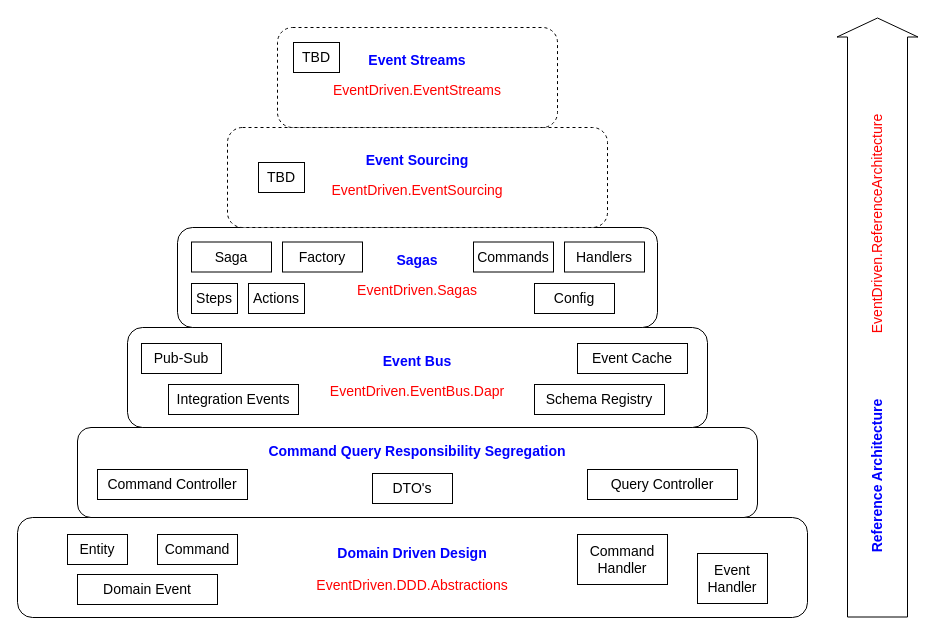
Earlier version of the draw.io diagram images/event-driven-layers.drawio (event-driven-dotnet/Home). Source tidied: cells renumbered, new cells numbered last; positions are measured from the earlier drawing's top-left corner, leaving out a move shared by most shapes. Both pictures are drawn from the tidied source at 100%, with x=0, y=0 at pixel (17, 17).
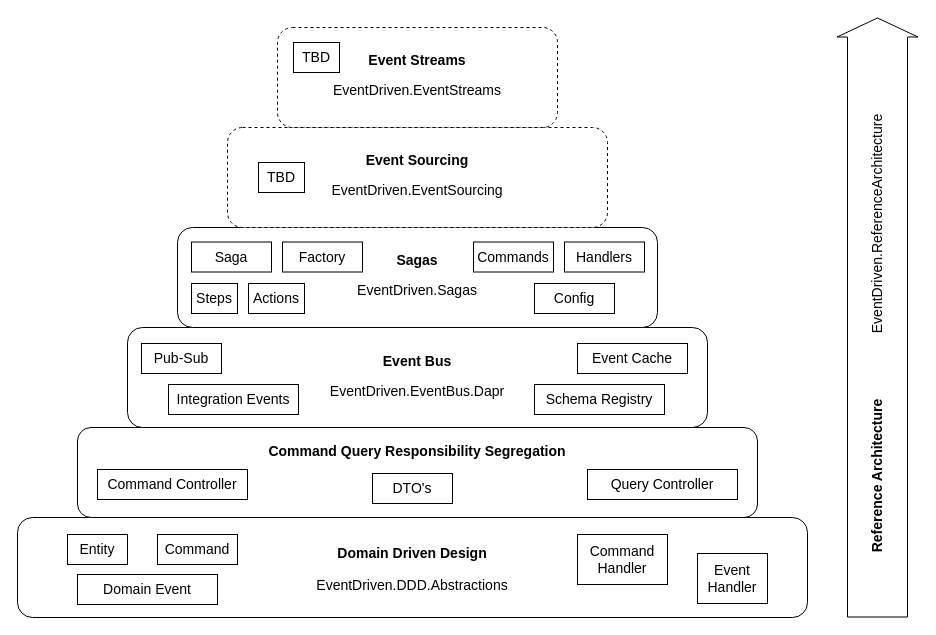
After the change.

The edit, as a diff of the source:
```diff
@@
-    <mxCell id="3" value="Domain Driven Design" style="text;html=1;strokeColor=none;fillColor=none;align=center;verticalAlign=middle;whiteSpace=wrap;rounded=0;fontSize=14;fontStyle=1;fontColor=#0000FF;" parent="1" vertex="1">
+    <mxCell id="3" value="Domain Driven Design" style="text;html=1;strokeColor=none;fillColor=none;align=center;verticalAlign=middle;whiteSpace=wrap;rounded=0;fontSize=14;fontStyle=1;fontColor=#000000;" parent="1" vertex="1">
       <mxGeometry y="521" width="790" height="30" as="geometry" />
     </mxCell>
-    <mxCell id="4" value="EventDriven.DDD.Abstractions" style="text;html=1;strokeColor=none;fillColor=none;align=center;verticalAlign=middle;whiteSpace=wrap;rounded=0;fontSize=14;fontStyle=0;fontColor=#FF0000;" parent="1" vertex="1">
+    <mxCell id="4" value="EventDriven.DDD.Abstractions" style="text;html=1;strokeColor=none;fillColor=none;align=center;verticalAlign=middle;whiteSpace=wrap;rounded=0;fontSize=14;fontStyle=0;fontColor=#000000;" parent="1" vertex="1">
       <mxGeometry y="553" width="790" height="30" as="geometry" />
     </mxCell>
@@
-    <mxCell id="11" value="Command Query Responsibility Segregation" style="text;html=1;strokeColor=none;fillColor=none;align=center;verticalAlign=middle;whiteSpace=wrap;rounded=0;fontSize=14;fontStyle=1;fontColor=#0000FF;" parent="1" vertex="1">
+    <mxCell id="11" value="Command Query Responsibility Segregation" style="text;html=1;strokeColor=none;fillColor=none;align=center;verticalAlign=middle;whiteSpace=wrap;rounded=0;fontSize=14;fontStyle=1;fontColor=#000000;" parent="1" vertex="1">
       <mxGeometry x="60" y="419" width="680" height="30" as="geometry" />
     </mxCell>
@@
-    <mxCell id="13" value="Event Bus" style="text;html=1;strokeColor=none;fillColor=none;align=center;verticalAlign=middle;whiteSpace=wrap;rounded=0;fontSize=14;fontStyle=1;fontColor=#0000FF;" parent="1" vertex="1">
+    <mxCell id="13" value="Event Bus" style="text;html=1;strokeColor=none;fillColor=none;align=center;verticalAlign=middle;whiteSpace=wrap;rounded=0;fontSize=14;fontStyle=1;fontColor=#000000;" parent="1" vertex="1">
       <mxGeometry x="110" y="329" width="580" height="30" as="geometry" />
     </mxCell>
-    <mxCell id="14" value="EventDriven.EventBus.Dapr" style="text;html=1;strokeColor=none;fillColor=none;align=center;verticalAlign=middle;whiteSpace=wrap;rounded=0;fontSize=14;fontStyle=0;fontColor=#FF0000;" parent="1" vertex="1">
+    <mxCell id="14" value="EventDriven.EventBus.Dapr" style="text;html=1;strokeColor=none;fillColor=none;align=center;verticalAlign=middle;whiteSpace=wrap;rounded=0;fontSize=14;fontStyle=0;fontColor=#000000;" parent="1" vertex="1">
       <mxGeometry x="110" y="359" width="580" height="30" as="geometry" />
     </mxCell>
@@
-    <mxCell id="23" value="Sagas" style="text;html=1;strokeColor=none;fillColor=none;align=center;verticalAlign=middle;whiteSpace=wrap;rounded=0;fontSize=14;fontStyle=1;fontColor=#0000FF;" parent="1" vertex="1">
+    <mxCell id="23" value="Sagas" style="text;html=1;strokeColor=none;fillColor=none;align=center;verticalAlign=middle;whiteSpace=wrap;rounded=0;fontSize=14;fontStyle=1;fontColor=#000000;" parent="1" vertex="1">
       <mxGeometry x="160" y="228" width="480" height="30" as="geometry" />
     </mxCell>
-    <mxCell id="24" value="EventDriven.Sagas" style="text;html=1;strokeColor=none;fillColor=none;align=center;verticalAlign=middle;whiteSpace=wrap;rounded=0;fontSize=14;fontStyle=0;fontColor=#FF0000;" parent="1" vertex="1">
+    <mxCell id="24" value="EventDriven.Sagas" style="text;html=1;strokeColor=none;fillColor=none;align=center;verticalAlign=middle;whiteSpace=wrap;rounded=0;fontSize=14;fontStyle=0;fontColor=#000000;" parent="1" vertex="1">
       <mxGeometry x="160" y="258" width="480" height="30" as="geometry" />
     </mxCell>
@@
-    <mxCell id="33" value="Event Sourcing" style="text;html=1;strokeColor=none;fillColor=none;align=center;verticalAlign=middle;whiteSpace=wrap;rounded=0;fontSize=14;fontStyle=1;fontColor=#0000FF;" parent="1" vertex="1">
+    <mxCell id="33" value="Event Sourcing" style="text;html=1;strokeColor=none;fillColor=none;align=center;verticalAlign=middle;whiteSpace=wrap;rounded=0;fontSize=14;fontStyle=1;fontColor=#000000;" parent="1" vertex="1">
       <mxGeometry x="210" y="128" width="380" height="30" as="geometry" />
     </mxCell>
-    <mxCell id="34" value="EventDriven.EventSourcing" style="text;html=1;strokeColor=none;fillColor=none;align=center;verticalAlign=middle;whiteSpace=wrap;rounded=0;fontSize=14;fontStyle=0;fontColor=#FF0000;" parent="1" vertex="1">
+    <mxCell id="34" value="EventDriven.EventSourcing" style="text;html=1;strokeColor=none;fillColor=none;align=center;verticalAlign=middle;whiteSpace=wrap;rounded=0;fontSize=14;fontStyle=0;fontColor=#000000;" parent="1" vertex="1">
       <mxGeometry x="210" y="158" width="380" height="30" as="geometry" />
     </mxCell>
@@
-    <mxCell id="36" value="Event Streams" style="text;html=1;strokeColor=none;fillColor=none;align=center;verticalAlign=middle;whiteSpace=wrap;rounded=0;fontSize=14;fontStyle=1;fontColor=#0000FF;" parent="1" vertex="1">
+    <mxCell id="36" value="Event Streams" style="text;html=1;strokeColor=none;fillColor=none;align=center;verticalAlign=middle;whiteSpace=wrap;rounded=0;fontSize=14;fontStyle=1;fontColor=#000000;" parent="1" vertex="1">
       <mxGeometry x="260" y="28" width="280" height="30" as="geometry" />
     </mxCell>
-    <mxCell id="37" value="EventDriven.EventStreams" style="text;html=1;strokeColor=none;fillColor=none;align=center;verticalAlign=middle;whiteSpace=wrap;rounded=0;fontSize=14;fontStyle=0;fontColor=#FF0000;" parent="1" vertex="1">
+    <mxCell id="37" value="EventDriven.EventStreams" style="text;html=1;strokeColor=none;fillColor=none;align=center;verticalAlign=middle;whiteSpace=wrap;rounded=0;fontSize=14;fontStyle=0;fontColor=#000000;" parent="1" vertex="1">
       <mxGeometry x="260" y="58" width="280" height="30" as="geometry" />
     </mxCell>
@@
-    <mxCell id="41" value="Reference Architecture" style="text;html=1;strokeColor=none;fillColor=none;align=center;verticalAlign=middle;whiteSpace=wrap;rounded=0;fontSize=14;fontStyle=1;fontColor=#0000FF;rotation=-90;" parent="1" vertex="1">
+    <mxCell id="41" value="Reference Architecture" style="text;html=1;strokeColor=none;fillColor=none;align=center;verticalAlign=middle;whiteSpace=wrap;rounded=0;fontSize=14;fontStyle=1;fontColor=#000000;rotation=-90;" parent="1" vertex="1">
       <mxGeometry x="719" y="443.5" width="280" height="30" as="geometry" />
     </mxCell>
-    <mxCell id="42" value="EventDriven.ReferenceArchitecture" style="text;html=1;strokeColor=none;fillColor=none;align=center;verticalAlign=middle;whiteSpace=wrap;rounded=0;fontSize=14;fontStyle=0;fontColor=#FF0000;rotation=-90;" parent="1" vertex="1">
+    <mxCell id="42" value="EventDriven.ReferenceArchitecture" style="text;html=1;strokeColor=none;fillColor=none;align=center;verticalAlign=middle;whiteSpace=wrap;rounded=0;fontSize=14;fontStyle=0;fontColor=#000000;rotation=-90;" parent="1" vertex="1">
       <mxGeometry x="719" y="191.5" width="280" height="30" as="geometry" />
     </mxCell>
```
